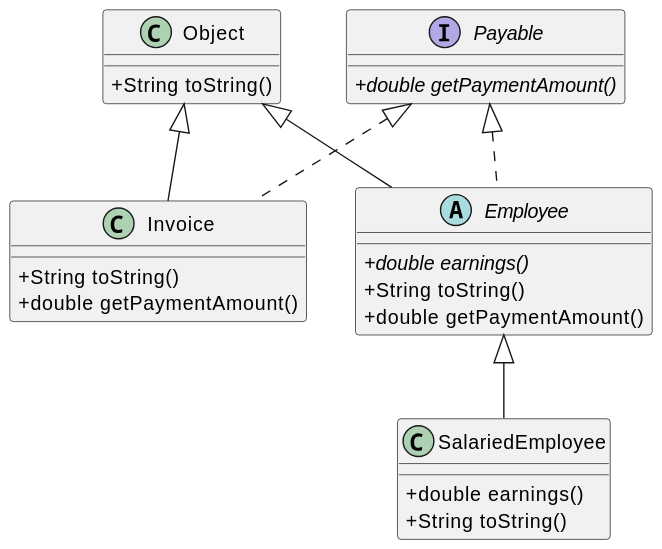
The PlantUML diagram assets/java-programming/images/10-class-diagram-7.svg in rewls/rewls.github.io, before a commit.
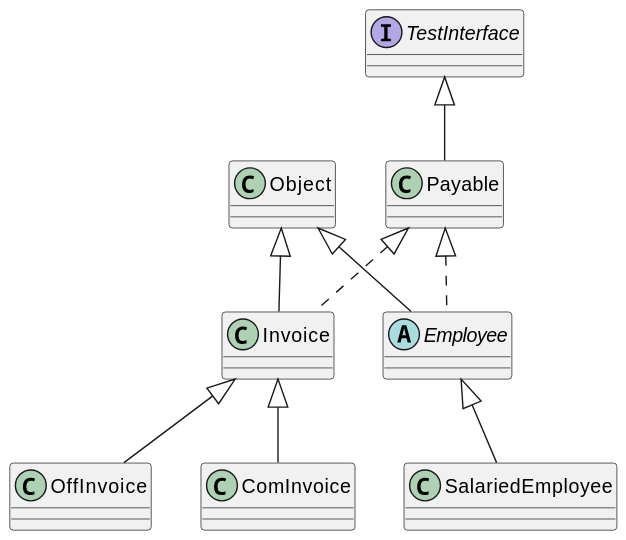
After the change.

Change to the diagram source:
```diff
@@ -1,29 +1,20 @@
 @startuml 10-class-diagram-7
 skinparam classAttributeIconSize 0
-interface Payable {
-	+ {abstract} double getPaymentAmount()
-}
-class Object {
-	+ String toString()
-}
-class Invoice {
-	+ String toString()
-	+ double getPaymentAmount()
-}
-abstract Employee {
-	+ {abstract} double earnings()
-	+ String toString()
-	+ double getPaymentAmount()
-}
-class SalariedEmployee {
-	+ double earnings()
-	+ String toString()
-}
+interface TestInterface
+class Object
+class Invoice
+abstract Employee
+class OffInvoice
+class ComInvoice
+class SalariedEmployee
 
+Payable -u-|> TestInterface
 class Invoice implements Payable
 abstract Employee implements Payable
 Invoice -u-|> Object
 Employee -u-|> Object
+OffInvoice -u-|> Invoice
+ComInvoice -u-|> Invoice
 SalariedEmployee -u-|> Employee
 
 Invoice -[hidden]> Employee
```
